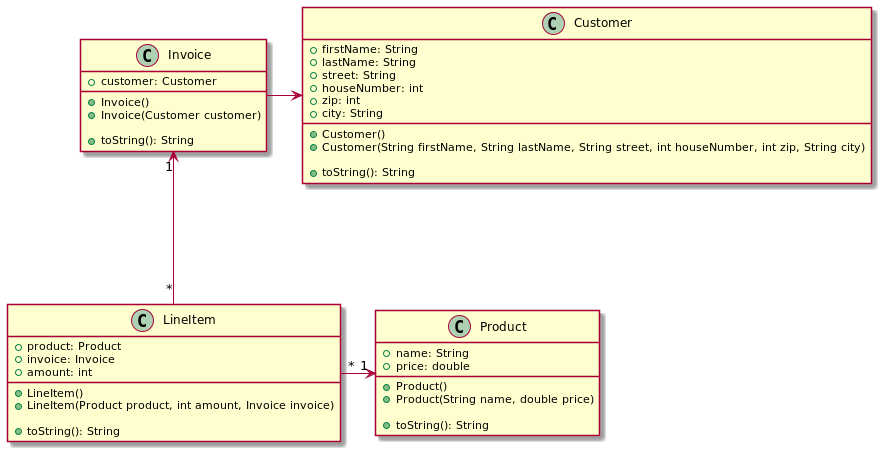
2122-5ahitm-sew/01-microproject-schollsebastian keeps this PlantUML diagram as asciidocs/images/cld.png. Above is the earlier version.
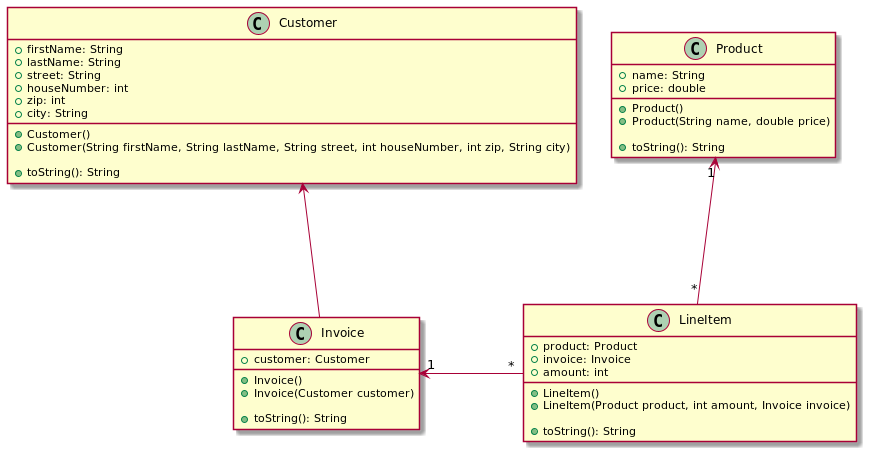
The same diagram one commit later.

Commit message:
Change direction of arrows

Change to the diagram source:
```diff
@@ -44,10 +44,10 @@
   + toString(): String
 }
 
-Customer <-l-- Invoice
+Customer <--- Invoice
 
-Invoice "1" <--- "*" LineItem
+Invoice "1" <-r-- "*" LineItem
 
-LineItem "*" -r--> "1" Product
+LineItem "*" -u--> "1" Product
 
 @enduml
```
